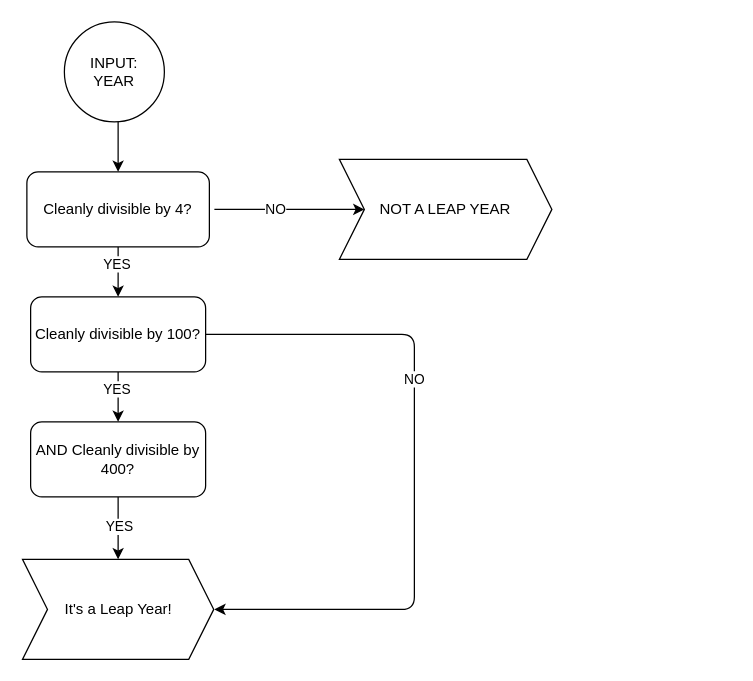
This is Untitled Diagram.drawio from Mandisa89/General-Playground, a draw.io file, before an edit. Source tidied: cells renumbered, new cells numbered last; positions are measured from the earlier drawing's top-left corner, leaving out a move shared by most shapes. Both pictures are drawn from the tidied source at 125%, with x=0, y=0 at pixel (21, 21).
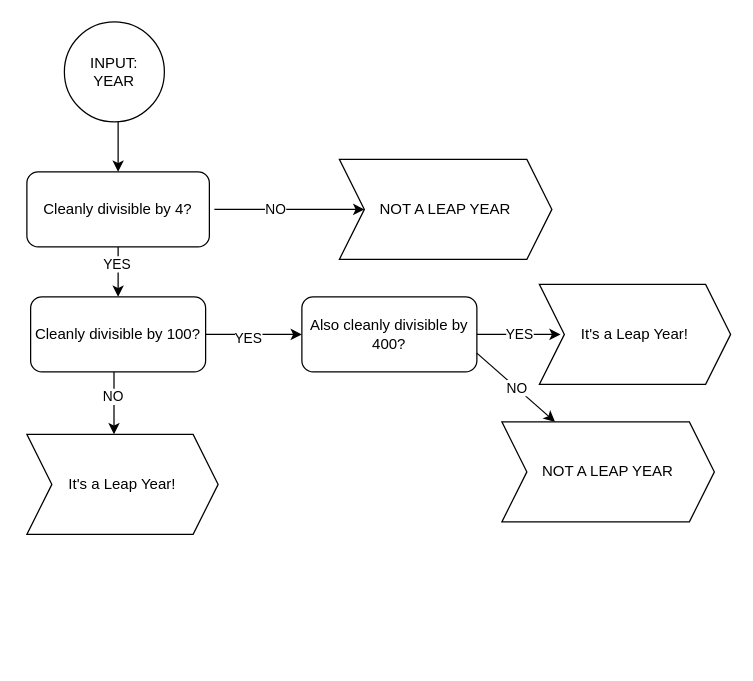
The same page after the edit.

Commit message:
Leap Year Diagram.drawio

The change refers to these unchanged cells:
```xml
<mxCell id="8" value="Cleanly divisible by 100?" style="rounded=1;whiteSpace=wrap;html=1;" parent="1" vertex="1">
  <mxGeometry x="7" y="220" width="140" height="60" as="geometry" />
</mxCell>
```

The edit, as a diff of the source:
```diff
@@
-    <mxCell id="11" value="AND Cleanly divisible by 400?" style="rounded=1;whiteSpace=wrap;html=1;" parent="1" vertex="1">
-      <mxGeometry x="7" y="320" width="140" height="60" as="geometry" />
+    <mxCell id="11" value="Also cleanly divisible by 400?" style="rounded=1;whiteSpace=wrap;html=1;" parent="1" vertex="1">
+      <mxGeometry x="224" y="220" width="140" height="60" as="geometry" />
     </mxCell>
-    <mxCell id="12" style="endArrow=classic;html=1;entryX=0.5;entryY=0;entryDx=0;entryDy=0;exitX=0.5;exitY=1;exitDx=0;exitDy=0;" parent="1" edge="1" target="11">
-      <mxGeometry relative="1" as="geometry">
-        <mxPoint x="77" y="280" as="sourcePoint" />
-      </mxGeometry>
-    </mxCell>
-    <mxCell id="13" value="YES" style="edgeLabel;html=1;align=center;verticalAlign=middle;" parent="12" vertex="1">
-      <mxGeometry x="-0.33" y="-2" relative="1" as="geometry" />
-    </mxCell>
-    <mxCell id="14" style="endArrow=classic;html=1;exitX=0.5;exitY=1;exitDx=0;exitDy=0;" parent="1" edge="1" source="11">
-      <mxGeometry relative="1" as="geometry">
-        <mxPoint x="77" y="430" as="targetPoint" />
-      </mxGeometry>
-    </mxCell>
-    <mxCell id="15" value="YES" style="edgeLabel;html=1;align=center;verticalAlign=middle;" parent="14" vertex="1">
-      <mxGeometry x="-0.08" relative="1" as="geometry" />
-    </mxCell>
     <mxCell id="16" value="It's a Leap Year!" style="shape=step;perimeter=stepPerimeter;whiteSpace=wrap;html=1;fixedSize=1;" parent="1" vertex="1">
-      <mxGeometry x="0.5" y="430" width="153" height="80" as="geometry" />
+      <mxGeometry x="4" y="330" width="153" height="80" as="geometry" />
     </mxCell>
-    <mxCell id="17" style="endArrow=classic;html=1;exitX=1;exitY=0.5;exitDx=0;exitDy=0;" parent="1" edge="1" source="8">
-      <mxGeometry relative="1" as="geometry">
-        <mxPoint x="154" y="470" as="targetPoint" />
-        <Array as="points">
-          <mxPoint x="314" y="250" />
-          <mxPoint x="314" y="470" />
-        </Array>
-      </mxGeometry>
-    </mxCell>
+    <mxCell id="19" style="endArrow=classic;html=1;" parent="1" edge="1">
+      <mxGeometry relative="1" as="geometry">
+        <mxPoint x="73.7" y="280" as="sourcePoint" />
+        <mxPoint x="73.7" y="330" as="targetPoint" />
+      </mxGeometry>
+    </mxCell>
-    <mxCell id="18" value="NO" style="edgeLabel;html=1;align=center;verticalAlign=middle;" parent="17" vertex="1">
-      <mxGeometry x="-0.26" y="-1" relative="1" as="geometry" />
+    <mxCell id="18" value="NO" style="edgeLabel;html=1;align=center;verticalAlign=middle;" parent="19" vertex="1">
+      <mxGeometry x="-0.23" y="-1" relative="1" as="geometry" />
     </mxCell>
+    <mxCell id="20" value="NOT A LEAP YEAR" style="shape=step;perimeter=stepPerimeter;whiteSpace=wrap;html=1;fixedSize=1;" parent="1" vertex="1">
+      <mxGeometry x="384" y="320" width="170" height="80" as="geometry" />
+    </mxCell>
+    <mxCell id="21" style="endArrow=classic;html=1;exitX=1;exitY=0.5;exitDx=0;exitDy=0;" parent="1" edge="1" source="8">
+      <mxGeometry relative="1" as="geometry">
+        <mxPoint x="224" y="250" as="targetPoint" />
+      </mxGeometry>
+    </mxCell>
+    <mxCell id="22" value="YES" style="edgeLabel;html=1;align=center;verticalAlign=middle;" parent="21" vertex="1">
+      <mxGeometry x="-0.15" y="-2" relative="1" as="geometry" />
+    </mxCell>
+    <mxCell id="23" value="YES" style="endArrow=classic;html=1;exitX=1;exitY=0.5;exitDx=0;exitDy=0;" parent="1" edge="1" source="11">
+      <mxGeometry relative="1" as="geometry">
+        <mxPoint x="431" y="250" as="targetPoint" />
+      </mxGeometry>
+    </mxCell>
+    <mxCell id="24" value="It's a Leap Year!" style="shape=step;perimeter=stepPerimeter;whiteSpace=wrap;html=1;fixedSize=1;" parent="1" vertex="1">
+      <mxGeometry x="414" y="210" width="153" height="80" as="geometry" />
+    </mxCell>
+    <mxCell id="25" value="NO" style="endArrow=classic;html=1;exitX=1;exitY=0.75;exitDx=0;exitDy=0;entryX=0.25;entryY=0;entryDx=0;entryDy=0;" parent="1" edge="1" source="11" target="20">
+      <mxGeometry relative="1" as="geometry" />
+    </mxCell>
```
